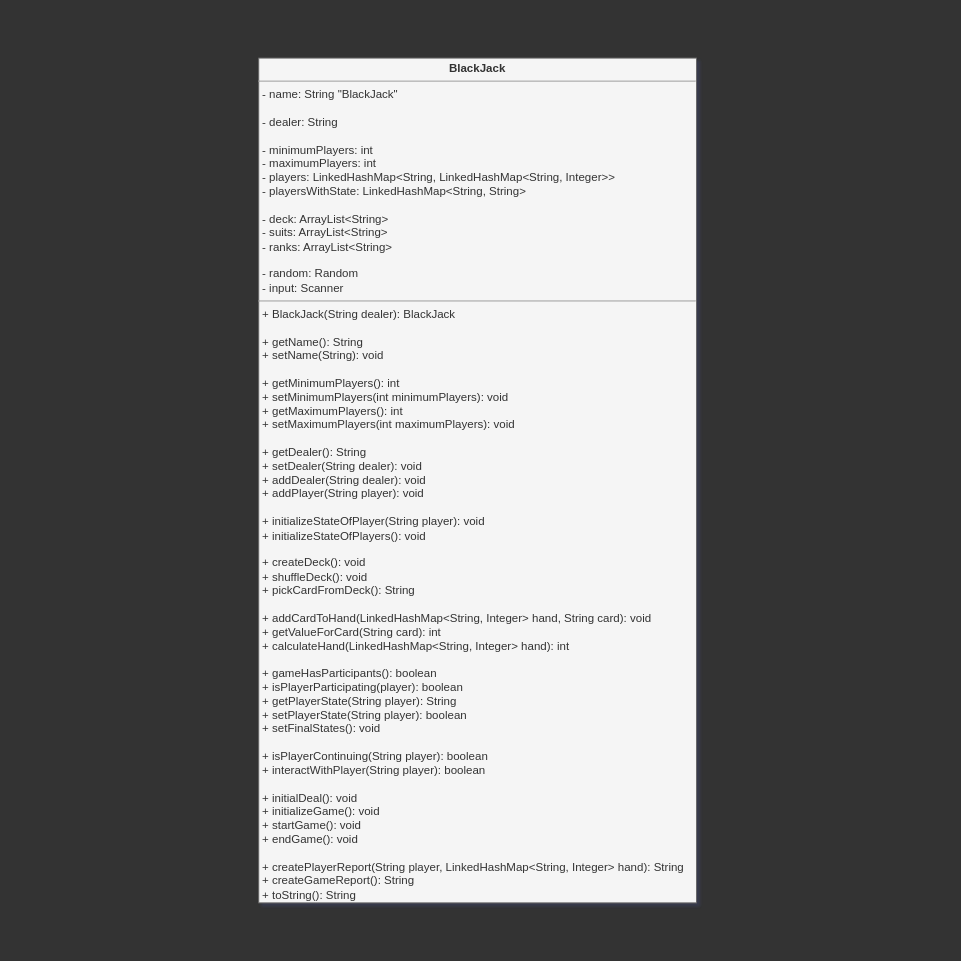
Before: uml-models/step1.drawio in iham/cardgameapp, a draw.io diagram. Source tidied: cells renumbered, new cells numbered last; positions are measured from the earlier drawing's top-left corner, leaving out a move shared by most shapes. Both pictures are drawn from the tidied source at 96%, with x=0, y=0 at pixel (258, 58).
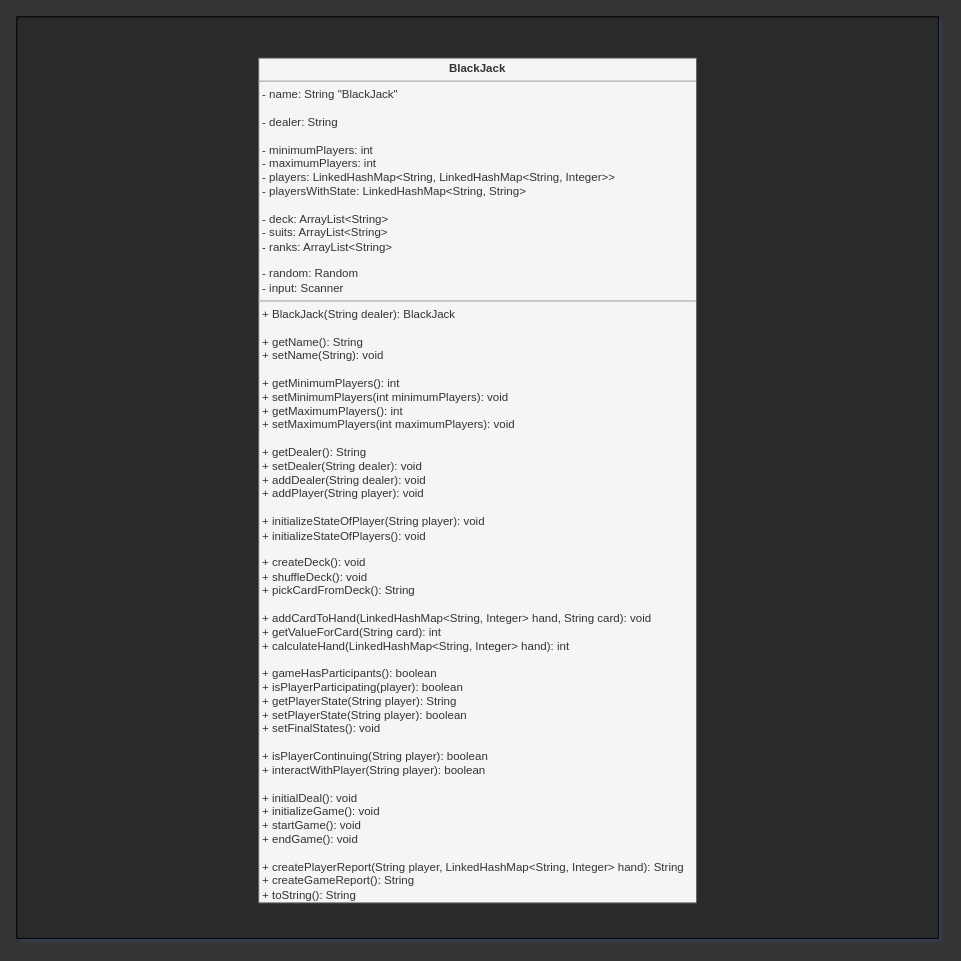
Above is the later version.

What changed in the source:
```diff
@@
 <mxGraphModel background="#333333" shadow="1">
   <root>
     <mxCell id="0" />
     <mxCell id="1" parent="0" />
+    <mxCell id="3" style="whiteSpace=wrap;html=1;fillColor=#2A2A2A;" parent="1" vertex="1">
+      <mxGeometry x="-252" y="-43" width="960" height="960" as="geometry" />
+    </mxCell>
     <mxCell id="2" value="&lt;p style=&quot;margin: 0px ; margin-top: 4px ; text-align: center&quot;&gt;&lt;b&gt;BlackJack&lt;/b&gt;&lt;/p&gt;&lt;hr size=&quot;1&quot;&gt;&lt;p style=&quot;margin: 0px ; margin-left: 4px&quot;&gt;- name: String &quot;BlackJack&quot;&lt;/p&gt;&lt;p style=&quot;margin: 0px ; margin-left: 4px&quot;&gt;&lt;br&gt;&lt;/p&gt;&lt;p style=&quot;margin: 0px ; margin-left: 4px&quot;&gt;- dealer: String&lt;/p&gt;&lt;p style=&quot;margin: 0px ; margin-left: 4px&quot;&gt;&lt;br&gt;&lt;/p&gt;&lt;p style=&quot;margin: 0px ; margin-left: 4px&quot;&gt;- minimumPlayers: int&lt;/p&gt;&lt;p style=&quot;margin: 0px ; margin-left: 4px&quot;&gt;- maximumPlayers: int&lt;br&gt;- players: LinkedHashMap&amp;lt;String, Linked&lt;span&gt;HashMap&amp;lt;&lt;/span&gt;&lt;span&gt;String, Integer&amp;gt;&amp;gt;&lt;/span&gt;&lt;/p&gt;&lt;p style=&quot;margin: 0px ; margin-left: 4px&quot;&gt;&lt;span&gt;- playersWithState: LinkedHashMap&amp;lt;String, String&amp;gt;&lt;/span&gt;&lt;/p&gt;&lt;p style=&quot;margin: 0px ; margin-left: 4px&quot;&gt;&lt;br&gt;&lt;/p&gt;&lt;p style=&quot;margin: 0px ; margin-left: 4px&quot;&gt;&lt;span&gt;- deck: ArrayList&amp;lt;String&amp;gt;&lt;/span&gt;&lt;br&gt;&lt;/p&gt;&lt;p style=&quot;margin: 0px ; margin-left: 4px&quot;&gt;- suits: ArrayList&amp;lt;String&amp;gt;&lt;/p&gt;&lt;p style=&quot;margin: 0px ; margin-left: 4px&quot;&gt;- ranks&lt;span&gt;: ArrayList&amp;lt;String&amp;gt;&lt;/span&gt;&lt;/p&gt;&lt;p style=&quot;margin: 0px ; margin-left: 4px&quot;&gt;&lt;br&gt;&lt;/p&gt;&lt;p style=&quot;margin: 0px ; margin-left: 4px&quot;&gt;- random: Random&lt;/p&gt;&lt;p style=&quot;margin: 0px ; margin-left: 4px&quot;&gt;- input: Scanner&lt;/p&gt;&lt;hr size=&quot;1&quot;&gt;&lt;p style=&quot;margin: 0px ; margin-left: 4px&quot;&gt;+ BlackJack(String dealer): BlackJack&lt;span&gt;&lt;br&gt;&lt;/span&gt;&lt;/p&gt;&lt;p style=&quot;margin: 0px ; margin-left: 4px&quot;&gt;&lt;span&gt;&lt;br&gt;&lt;/span&gt;&lt;/p&gt;&lt;p style=&quot;margin: 0px 0px 0px 4px&quot;&gt;+ getName(): String&lt;/p&gt;&lt;p style=&quot;margin: 0px ; margin-left: 4px&quot;&gt;&lt;span&gt;+ setName(String): void&lt;/span&gt;&lt;/p&gt;&lt;p style=&quot;margin: 0px ; margin-left: 4px&quot;&gt;&lt;br&gt;&lt;/p&gt;&lt;p style=&quot;margin: 0px 0px 0px 4px&quot;&gt;+ getMinimumPlayers(): int&lt;br&gt;&lt;/p&gt;&lt;p style=&quot;margin: 0px ; margin-left: 4px&quot;&gt;&lt;span&gt;+ setMinimumPlayers(int minimumPlayers): void&lt;/span&gt;&lt;/p&gt;&lt;p style=&quot;margin: 0px 0px 0px 4px&quot;&gt;+ getMaximumPlayers(): int&lt;br&gt;&lt;/p&gt;&lt;p style=&quot;margin: 0px 0px 0px 4px&quot;&gt;&lt;span&gt;+ setMaximumPlayers(int maximumPlayers): void&lt;/span&gt;&lt;br&gt;&lt;/p&gt;&lt;p style=&quot;margin: 0px 0px 0px 4px&quot;&gt;&lt;br&gt;&lt;/p&gt;&lt;p style=&quot;margin: 0px 0px 0px 4px&quot;&gt;+ getDealer(): String&lt;br&gt;&lt;/p&gt;&lt;p style=&quot;margin: 0px 0px 0px 4px&quot;&gt;+ setDealer(String dealer): void&lt;/p&gt;&lt;p style=&quot;margin: 0px 0px 0px 4px&quot;&gt;&lt;span&gt;+ addDealer(String dealer): void&lt;/span&gt;&lt;br&gt;&lt;/p&gt;&lt;p style=&quot;margin: 0px ; margin-left: 4px&quot;&gt;&lt;span&gt;+ addPlayer(String player): void&lt;/span&gt;&lt;br&gt;&lt;/p&gt;&lt;div&gt;&lt;br&gt;&lt;/div&gt;&lt;div&gt;&lt;p style=&quot;margin: 0px 0px 0px 4px&quot;&gt;&lt;span&gt;+ initializeStateOfPlayer(String player): void&lt;/span&gt;&lt;/p&gt;&lt;p style=&quot;margin: 0px 0px 0px 4px&quot;&gt;+ initializeStateOfPlayers(): void&lt;/p&gt;&lt;p style=&quot;margin: 0px 0px 0px 4px&quot;&gt;&lt;br&gt;&lt;/p&gt;&lt;/div&gt;&lt;p style=&quot;margin: 0px ; margin-left: 4px&quot;&gt;&lt;span&gt;+ createDeck(): void&lt;/span&gt;&lt;br&gt;&lt;/p&gt;&lt;p style=&quot;margin: 0px 0px 0px 4px&quot;&gt;+ shuffleDeck(): void&lt;/p&gt;&lt;p style=&quot;margin: 0px 0px 0px 4px&quot;&gt;&lt;span&gt;+ pickCardFromDeck(): String&lt;/span&gt;&lt;/p&gt;&lt;p style=&quot;margin: 0px 0px 0px 4px&quot;&gt;&lt;span&gt;&lt;br&gt;&lt;/span&gt;&lt;/p&gt;&lt;p style=&quot;margin: 0px 0px 0px 4px&quot;&gt;+&amp;nbsp;addCardToHand(LinkedHashMap&amp;lt;String, Integer&amp;gt; hand, String card): void&lt;/p&gt;&lt;p style=&quot;margin: 0px 0px 0px 4px&quot;&gt;+ getValueForCard(String card): int&lt;br&gt;&lt;/p&gt;&lt;div&gt;&lt;p style=&quot;margin: 0px 0px 0px 4px&quot;&gt;+ calculateHand(LinkedHashMap&amp;lt;String, Integer&amp;gt; hand): int&lt;/p&gt;&lt;/div&gt;&lt;p style=&quot;margin: 0px ; margin-left: 4px&quot;&gt;&lt;br&gt;&lt;/p&gt;&lt;p style=&quot;margin: 0px 0px 0px 4px&quot;&gt;&lt;span&gt;+ gameHasParticipants(): boolean&lt;/span&gt;&lt;br&gt;&lt;/p&gt;&lt;p style=&quot;margin: 0px 0px 0px 4px&quot;&gt;+ isPlayerParticipating(player): boolean&lt;/p&gt;&lt;div&gt;&lt;p style=&quot;margin: 0px 0px 0px 4px&quot;&gt;&lt;span&gt;+ getPlayer&lt;/span&gt;&lt;span&gt;State&lt;/span&gt;&lt;span&gt;(String player): String&lt;/span&gt;&lt;/p&gt;&lt;p style=&quot;margin: 0px 0px 0px 4px&quot;&gt;+ setPlayer&lt;span&gt;State&lt;/span&gt;&lt;span&gt;(String player): boolean&lt;/span&gt;&lt;/p&gt;&lt;p style=&quot;margin: 0px 0px 0px 4px&quot;&gt;&lt;span&gt;+ setFinalStates(): void&lt;/span&gt;&lt;/p&gt;&lt;/div&gt;&lt;div&gt;&lt;br&gt;&lt;/div&gt;&lt;p style=&quot;margin: 0px ; margin-left: 4px&quot;&gt;+ isPlayerContinuing(String player): boolean&lt;/p&gt;&lt;p style=&quot;margin: 0px ; margin-left: 4px&quot;&gt;+ interactWithPlayer(String player): boolean&lt;/p&gt;&lt;p style=&quot;margin: 0px ; margin-left: 4px&quot;&gt;&lt;span&gt;&lt;br&gt;&lt;/span&gt;&lt;/p&gt;&lt;p style=&quot;margin: 0px 0px 0px 4px&quot;&gt;+ initialDeal(): void&lt;/p&gt;&lt;p style=&quot;margin: 0px ; margin-left: 4px&quot;&gt;&lt;span&gt;+ initializeGame(): void&lt;/span&gt;&lt;br&gt;&lt;/p&gt;&lt;p style=&quot;margin: 0px 0px 0px 4px&quot;&gt;+ startGame(): void&lt;/p&gt;&lt;p style=&quot;margin: 0px 0px 0px 4px&quot;&gt;+ endGame(): void&lt;/p&gt;&lt;p style=&quot;margin: 0px 0px 0px 4px&quot;&gt;&lt;br&gt;&lt;/p&gt;&lt;p style=&quot;margin: 0px ; margin-left: 4px&quot;&gt;+ createPlayerReport(String player, LinkedHashMap&amp;lt;String, Integer&amp;gt; hand): String&lt;/p&gt;&lt;p style=&quot;margin: 0px ; margin-left: 4px&quot;&gt;&lt;span&gt;+ createGameReport(): String&lt;/span&gt;&lt;/p&gt;&lt;p style=&quot;margin: 0px ; margin-left: 4px&quot;&gt;&lt;span&gt;+ toString(): String&lt;/span&gt;&lt;br&gt;&lt;/p&gt;" style="verticalAlign=top;align=left;overflow=fill;fontSize=12;fontFamily=Helvetica;html=1;fillColor=#f5f5f5;fontColor=#333333;strokeColor=#666666;" parent="1" vertex="1">
       <mxGeometry width="456" height="880" as="geometry" />
     </mxCell>
   </root>
 </mxGraphModel>
```
